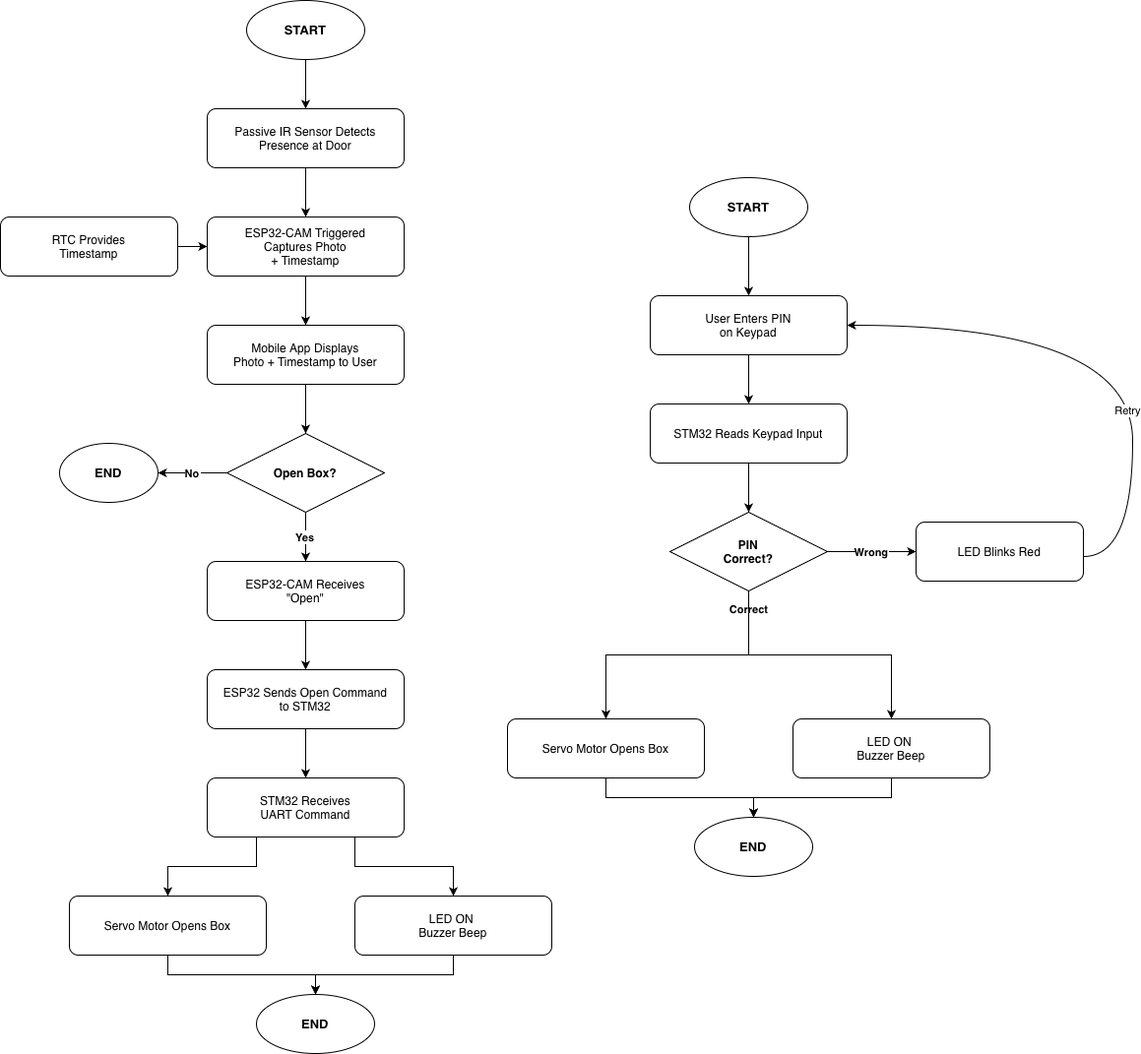
Above: flowchart.png in Ahmed-Fawzy14/Smart-Delivery-Lock-Box-Monitoring-System (draw.io), before the change. Source tidied: cells renumbered, new cells last; positions are measured from the earlier drawing's top-left corner, leaving out a move shared by most shapes.
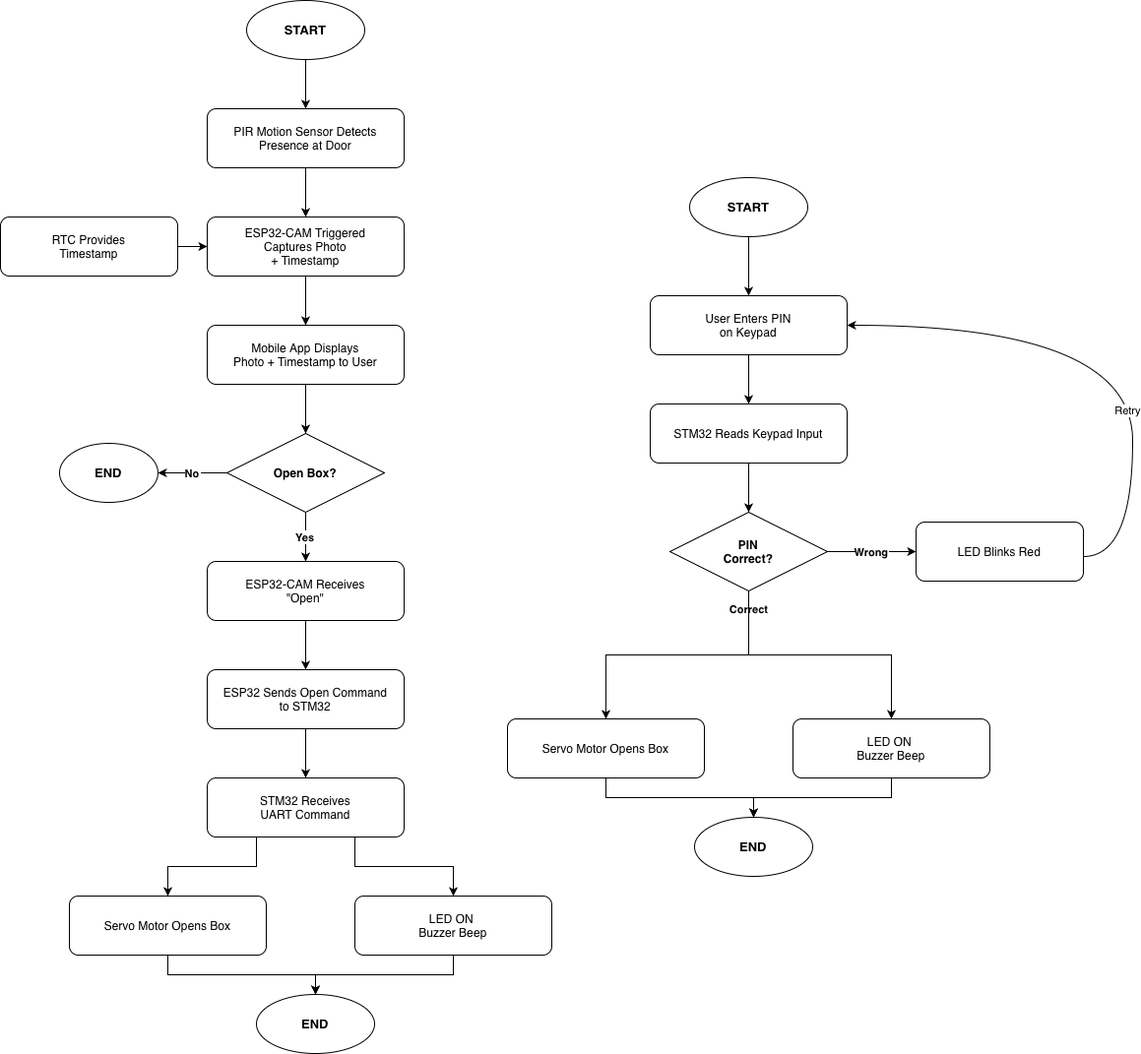
The same diagram one commit later.

What changed in the source:
```diff
@@ -5,7 +5,7 @@
     <mxCell id="2" value="START" style="ellipse;whiteSpace=wrap;html=1;fillColor=light-dark(#FFFFFF,#000000);strokeColor=light-dark(#000000,#FFFFFF);fontStyle=1;fontSize=13;fontColor=light-dark(#000000,#000000);" parent="1" vertex="1">
       <mxGeometry x="250" width="120" height="60" as="geometry" />
     </mxCell>
-    <mxCell id="3" value="Passive IR Sensor Detects&lt;br&gt;Presence at Door" style="rounded=1;whiteSpace=wrap;html=1;fillColor=light-dark(#FFFFFF,#000000);strokeColor=light-dark(#000000,#FFFFFF);fontSize=12;fontColor=light-dark(#000000,#000000);" parent="1" vertex="1">
+    <mxCell id="3" value="PIR Motion Sensor Detects&lt;br&gt;Presence at Door" style="rounded=1;whiteSpace=wrap;html=1;fillColor=light-dark(#FFFFFF,#FFFFFF);strokeColor=light-dark(#000000,#FFFFFF);fontSize=12;fontColor=light-dark(#000000,#000000);" parent="1" vertex="1">
       <mxGeometry x="210" y="110" width="200" height="60" as="geometry" />
     </mxCell>
     <mxCell id="4" style="edgeStyle=orthogonalEdgeStyle;rounded=0;jettySize=auto;html=1;exitX=0.5;exitY=1;exitDx=0;exitDy=0;entryX=0.5;entryY=0;entryDx=0;entryDy=0;fontColor=light-dark(#000000,#000000);strokeColor=#000000;" parent="1" edge="1" source="5" target="7">
```
